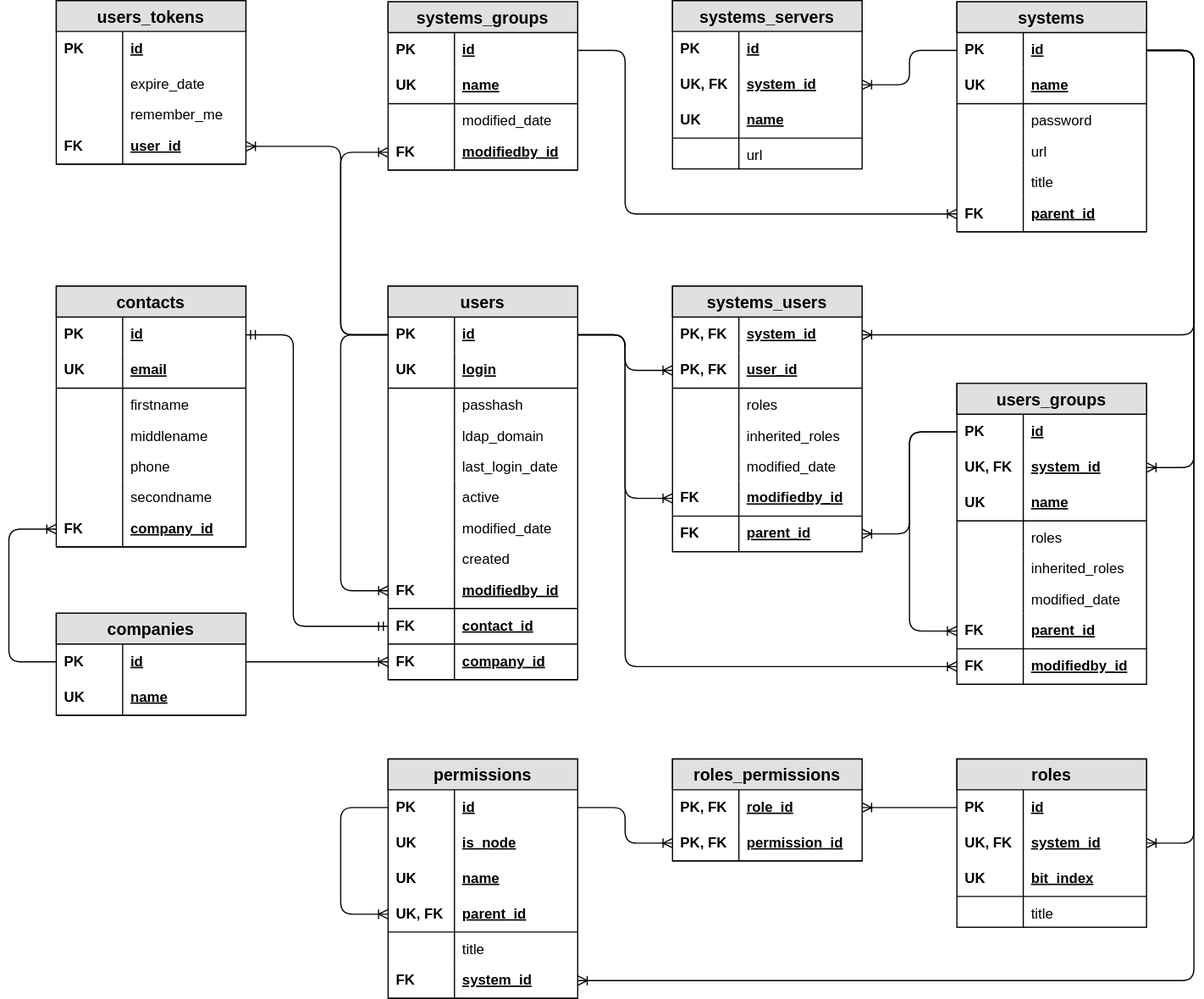
Before: docs/drawio/db_schema.svg, a diagram exported from draw.io (scommons/scommons-admin). Source tidied: cells renumbered, new cells last; positions are measured from the earlier drawing's top-left corner, leaving out a move shared by most shapes.
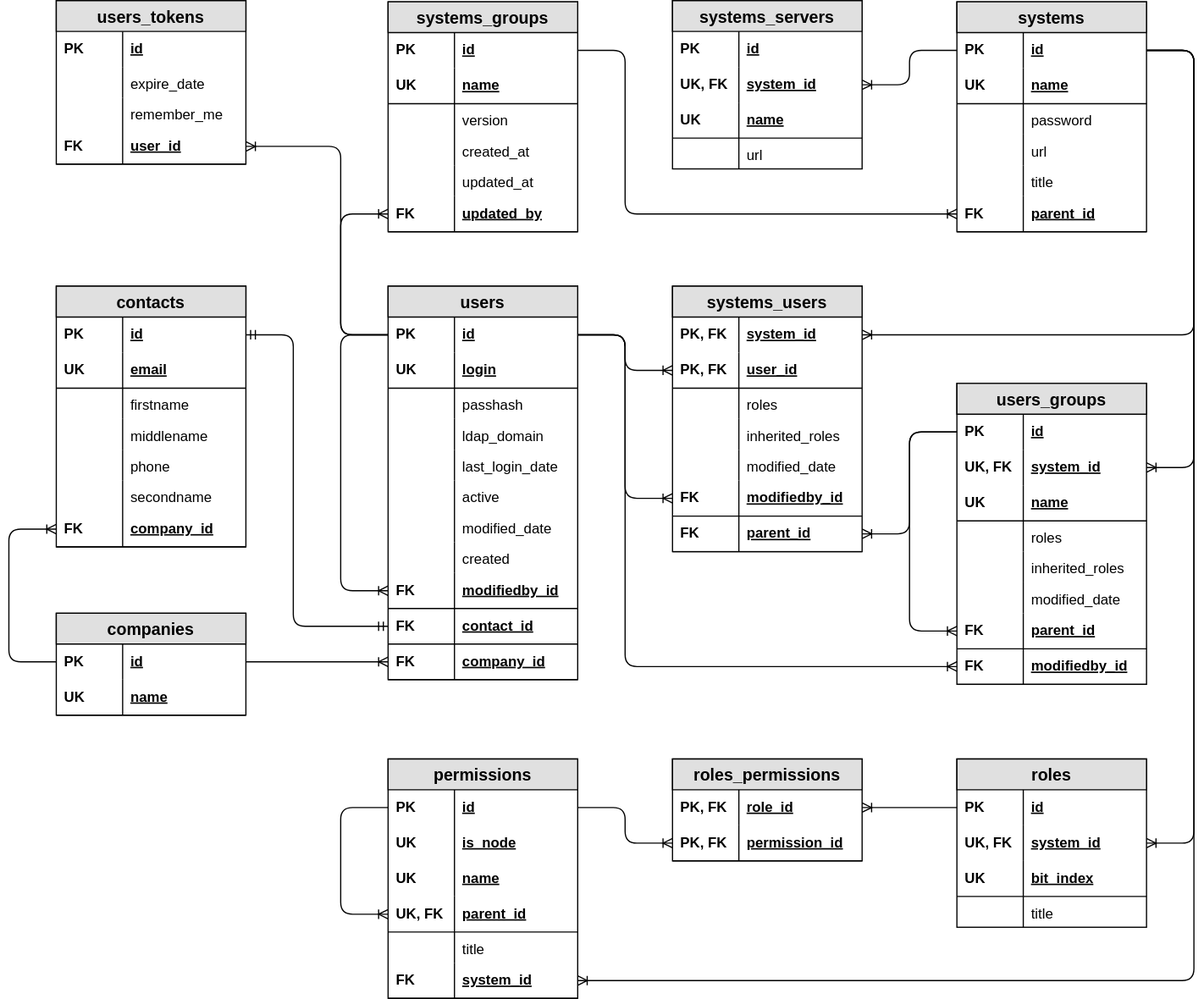
Later version of the same file.

The edit, as a diff of the source:
```diff
@@ -234,7 +234,7 @@
       <mxGeometry width="56" height="30" as="geometry" />
     </mxCell>
     <mxCell id="72" value="systems_groups" style="swimlane;fontStyle=1;horizontal=1;startSize=26;fillColor=#e0e0e0;swimlaneFillColor=#ffffff;align=center;fontSize=14;" parent="1" vertex="1">
-      <mxGeometry x="320" y="1" width="160" height="142" as="geometry" />
+      <mxGeometry x="320" y="1" width="160" height="194" as="geometry" />
     </mxCell>
     <mxCell id="73" value="id" style="shape=partialRectangle;top=0;left=0;right=0;bottom=0;align=left;verticalAlign=middle;fillColor=none;spacingLeft=60;spacingRight=4;overflow=hidden;points=[[0,0.5],[1,0.5]];portConstraint=eastwest;fontStyle=5;fontSize=12;" parent="72" vertex="1">
       <mxGeometry y="26" width="160" height="30" as="geometry" />
@@ -248,14 +248,26 @@
     <mxCell id="76" value="UK" style="shape=partialRectangle;fontStyle=1;top=0;left=0;bottom=0;fillColor=none;align=left;verticalAlign=middle;spacingLeft=4;spacingRight=4;overflow=hidden;fontSize=12;" parent="75" vertex="1">
       <mxGeometry width="56" height="30" as="geometry" />
     </mxCell>
-    <mxCell id="77" value="modified_date" style="shape=partialRectangle;top=0;left=0;right=0;bottom=0;align=left;verticalAlign=top;fillColor=none;spacingLeft=60;spacingRight=4;overflow=hidden;fontSize=12;" parent="72" vertex="1">
+    <mxCell id="77" value="version" style="shape=partialRectangle;top=0;left=0;right=0;bottom=0;align=left;verticalAlign=top;fillColor=none;spacingLeft=60;spacingRight=4;overflow=hidden;fontSize=12;" parent="72" vertex="1">
       <mxGeometry y="86" width="160" height="26" as="geometry" />
     </mxCell>
     <mxCell id="78" style="shape=partialRectangle;top=0;left=0;bottom=0;fillColor=none;align=left;verticalAlign=top;spacingLeft=4;spacingRight=4;overflow=hidden;fontSize=12;" parent="77" vertex="1">
       <mxGeometry width="56" height="26" as="geometry" />
     </mxCell>
+    <mxCell id="164" value="created_at" style="shape=partialRectangle;top=0;left=0;right=0;bottom=0;align=left;verticalAlign=top;fillColor=none;spacingLeft=60;spacingRight=4;overflow=hidden;fontSize=12;" parent="72" vertex="1">
+      <mxGeometry y="112" width="160" height="26" as="geometry" />
+    </mxCell>
+    <mxCell id="165" style="shape=partialRectangle;top=0;left=0;bottom=0;fillColor=none;align=left;verticalAlign=top;spacingLeft=4;spacingRight=4;overflow=hidden;fontSize=12;" parent="164" vertex="1">
+      <mxGeometry width="56" height="26" as="geometry" />
+    </mxCell>
+    <mxCell id="166" value="updated_at" style="shape=partialRectangle;top=0;left=0;right=0;bottom=0;align=left;verticalAlign=top;fillColor=none;spacingLeft=60;spacingRight=4;overflow=hidden;fontSize=12;" parent="72" vertex="1">
+      <mxGeometry y="138" width="160" height="26" as="geometry" />
+    </mxCell>
+    <mxCell id="167" style="shape=partialRectangle;top=0;left=0;bottom=0;fillColor=none;align=left;verticalAlign=top;spacingLeft=4;spacingRight=4;overflow=hidden;fontSize=12;" parent="166" vertex="1">
+      <mxGeometry width="56" height="26" as="geometry" />
+    </mxCell>
-    <mxCell id="79" value="modifiedby_id" style="shape=partialRectangle;top=0;left=0;right=0;bottom=1;align=left;verticalAlign=middle;fillColor=none;spacingLeft=60;spacingRight=4;overflow=hidden;points=[[0,0.5],[1,0.5]];portConstraint=eastwest;fontStyle=5;fontSize=12;" parent="72" vertex="1">
-      <mxGeometry y="112" width="160" height="30" as="geometry" />
+    <mxCell id="79" value="updated_by" style="shape=partialRectangle;top=0;left=0;right=0;bottom=1;align=left;verticalAlign=middle;fillColor=none;spacingLeft=60;spacingRight=4;overflow=hidden;points=[[0,0.5],[1,0.5]];portConstraint=eastwest;fontStyle=5;fontSize=12;" parent="72" vertex="1">
+      <mxGeometry y="164" width="160" height="30" as="geometry" />
     </mxCell>
     <mxCell id="80" value="FK" style="shape=partialRectangle;fontStyle=1;top=0;left=0;bottom=0;fillColor=none;align=left;verticalAlign=middle;spacingLeft=4;spacingRight=4;overflow=hidden;fontSize=12;" parent="79" vertex="1">
       <mxGeometry width="56" height="30" as="geometry" />
```
